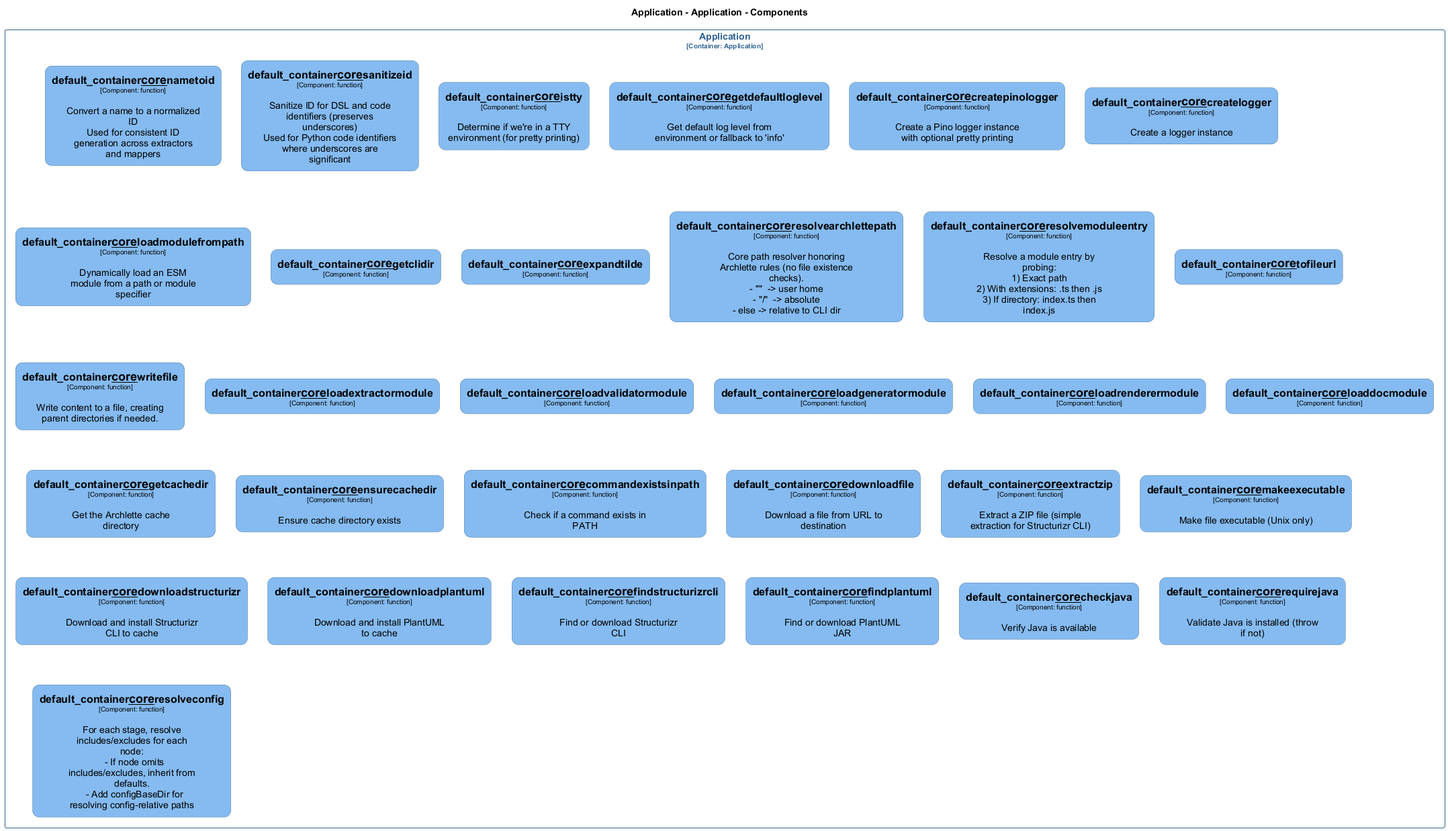
The PlantUML diagram docs/architecture/diagrams/structurizr-Classes_default_container__core.png in chrislyons-dev/archlette, before a commit. Its diagram source:
```plantuml
@startuml
set separator none
title Application - Application - Components

top to bottom direction
skinparam ranksep 60
skinparam nodesep 30

skinparam {
  arrowFontSize 10
  defaultTextAlignment center
  wrapWidth 200
  maxMessageSize 100
  defaultFontName "Arial"
}

hide stereotype

skinparam rectangle<<Application.Application.default_container__core__checkjava>> {
  BackgroundColor #85bbf0
  FontColor #000000
  BorderColor #5d82a8
  roundCorner 20
  shadowing false
}
skinparam rectangle<<Application.Application.default_container__core__commandexistsinpath>> {
  BackgroundColor #85bbf0
  FontColor #000000
  BorderColor #5d82a8
  roundCorner 20
  shadowing false
}
skinparam rectangle<<Application.Application.default_container__core__createlogger>> {
  BackgroundColor #85bbf0
  FontColor #000000
  BorderColor #5d82a8
  roundCorner 20
  shadowing false
}
skinparam rectangle<<Application.Application.default_container__core__createpinologger>> {
  BackgroundColor #85bbf0
  FontColor #000000
  BorderColor #5d82a8
  roundCorner 20
  shadowing false
}
skinparam rectangle<<Application.Application.default_container__core__downloadfile>> {
  BackgroundColor #85bbf0
  FontColor #000000
  BorderColor #5d82a8
  roundCorner 20
  shadowing false
}
skinparam rectangle<<Application.Application.default_container__core__downloadplantuml>> {
  BackgroundColor #85bbf0
  FontColor #000000
  BorderColor #5d82a8
  roundCorner 20
  shadowing false
}
skinparam rectangle<<Application.Application.default_container__core__downloadstructurizr>> {
  BackgroundColor #85bbf0
  FontColor #000000
  BorderColor #5d82a8
  roundCorner 20
  shadowing false
}
skinparam rectangle<<Application.Application.default_container__core__ensurecachedir>> {
  BackgroundColor #85bbf0
  FontColor #000000
  BorderColor #5d82a8
  roundCorner 20
  shadowing false
}
skinparam rectangle<<Application.Application.default_container__core__expandtilde>> {
  BackgroundColor #85bbf0
  FontColor #000000
  BorderColor #5d82a8
  roundCorner 20
  shadowing false
}
skinparam rectangle<<Application.Application.default_container__core__extractzip>> {
  BackgroundColor #85bbf0
  FontColor #000000
  BorderColor #5d82a8
  roundCorner 20
  shadowing false
}
skinparam rectangle<<Application.Application.default_container__core__findplantuml>> {
  BackgroundColor #85bbf0
  FontColor #000000
  BorderColor #5d82a8
  roundCorner 20
  shadowing false
}
skinparam rectangle<<Application.Application.default_container__core__findstructurizrcli>> {
  BackgroundColor #85bbf0
  FontColor #000000
  BorderColor #5d82a8
  roundCorner 20
  shadowing false
}
skinparam rectangle<<Application.Application.default_container__core__getcachedir>> {
  BackgroundColor #85bbf0
  FontColor #000000
  BorderColor #5d82a8
  roundCorner 20
  shadowing false
}
skinparam rectangle<<Application.Application.default_container__core__getclidir>> {
  BackgroundColor #85bbf0
  FontColor #000000
  BorderColor #5d82a8
  roundCorner 20
  shadowing false
}
skinparam rectangle<<Application.Application.default_container__core__getdefaultloglevel>> {
  BackgroundColor #85bbf0
  FontColor #000000
  BorderColor #5d82a8
  roundCorner 20
  shadowing false
}
skinparam rectangle<<Application.Application.default_container__core__istty>> {
  BackgroundColor #85bbf0
  FontColor #000000
  BorderColor #5d82a8
  roundCorner 20
  shadowing false
}
skinparam rectangle<<Application.Application.default_container__core__loaddocmodule>> {
  BackgroundColor #85bbf0
  FontColor #000000
  BorderColor #5d82a8
  roundCorner 20
  shadowing false
}
skinparam rectangle<<Application.Application.default_container__core__loadextractormodule>> {
  BackgroundColor #85bbf0
  FontColor #000000
  BorderColor #5d82a8
  roundCorner 20
  shadowing false
}
skinparam rectangle<<Application.Application.default_container__core__loadgeneratormodule>> {
  BackgroundColor #85bbf0
  FontColor #000000
  BorderColor #5d82a8
  roundCorner 20
  shadowing false
}
skinparam rectangle<<Application.Application.default_container__core__loadmodulefrompath>> {
  BackgroundColor #85bbf0
  FontColor #000000
  BorderColor #5d82a8
  roundCorner 20
  shadowing false
}
skinparam rectangle<<Application.Application.default_container__core__loadrenderermodule>> {
  BackgroundColor #85bbf0
  FontColor #000000
  BorderColor #5d82a8
  roundCorner 20
  shadowing false
}
skinparam rectangle<<Application.Application.default_container__core__loadvalidatormodule>> {
  BackgroundColor #85bbf0
  FontColor #000000
  BorderColor #5d82a8
  roundCorner 20
  shadowing false
}
skinparam rectangle<<Application.Application.default_container__core__makeexecutable>> {
  BackgroundColor #85bbf0
  FontColor #000000
  BorderColor #5d82a8
  roundCorner 20
  shadowing false
}
skinparam rectangle<<Application.Application.default_container__core__nametoid>> {
  BackgroundColor #85bbf0
  FontColor #000000
  BorderColor #5d82a8
  roundCorner 20
  shadowing false
}
skinparam rectangle<<Application.Application.default_container__core__requirejava>> {
  BackgroundColor #85bbf0
  FontColor #000000
  BorderColor #5d82a8
  roundCorner 20
  shadowing false
}
skinparam rectangle<<Application.Application.default_container__core__resolvearchlettepath>> {
  BackgroundColor #85bbf0
  FontColor #000000
  BorderColor #5d82a8
  roundCorner 20
  shadowing false
}
skinparam rectangle<<Application.Application.default_container__core__resolveconfig>> {
  BackgroundColor #85bbf0
  FontColor #000000
  BorderColor #5d82a8
  roundCorner 20
  shadowing false
}
skinparam rectangle<<Application.Application.default_container__core__resolvemoduleentry>> {
  BackgroundColor #85bbf0
  FontColor #000000
  BorderColor #5d82a8
  roundCorner 20
  shadowing false
}
skinparam rectangle<<Application.Application.default_container__core__sanitizeid>> {
  BackgroundColor #85bbf0
  FontColor #000000
  BorderColor #5d82a8
  roundCorner 20
  shadowing false
}
skinparam rectangle<<Application.Application.default_container__core__tofileurl>> {
  BackgroundColor #85bbf0
  FontColor #000000
  BorderColor #5d82a8
  roundCorner 20
  shadowing false
}
skinparam rectangle<<Application.Application.default_container__core__writefile>> {
  BackgroundColor #85bbf0
  FontColor #000000
  BorderColor #5d82a8
  roundCorner 20
  shadowing false
}
skinparam rectangle<<Application.Application>> {
  BorderColor #2e6295
  FontColor #2e6295
  shadowing false
}

rectangle "Application\n<size:10>[Container: Application]</size>" <<Application.Application>> {
  rectangle "==default_container__core__nametoid\n<size:10>[Component: function]</size>\n\nConvert a name to a normalized ID\nUsed for consistent ID generation across extractors and mappers" <<Application.Application.default_container__core__nametoid>> as Application.Application.default_container__core__nametoid
  rectangle "==default_container__core__sanitizeid\n<size:10>[Component: function]</size>\n\nSanitize ID for DSL and code identifiers (preserves underscores)\nUsed for Python code identifiers where underscores are significant" <<Application.Application.default_container__core__sanitizeid>> as Application.Application.default_container__core__sanitizeid
  rectangle "==default_container__core__istty\n<size:10>[Component: function]</size>\n\nDetermine if we're in a TTY environment (for pretty printing)" <<Application.Application.default_container__core__istty>> as Application.Application.default_container__core__istty
  rectangle "==default_container__core__getdefaultloglevel\n<size:10>[Component: function]</size>\n\nGet default log level from environment or fallback to 'info'" <<Application.Application.default_container__core__getdefaultloglevel>> as Application.Application.default_container__core__getdefaultloglevel
  rectangle "==default_container__core__createpinologger\n<size:10>[Component: function]</size>\n\nCreate a Pino logger instance with optional pretty printing" <<Application.Application.default_container__core__createpinologger>> as Application.Application.default_container__core__createpinologger
  rectangle "==default_container__core__createlogger\n<size:10>[Component: function]</size>\n\nCreate a logger instance" <<Application.Application.default_container__core__createlogger>> as Application.Application.default_container__core__createlogger
  rectangle "==default_container__core__loadmodulefrompath\n<size:10>[Component: function]</size>\n\nDynamically load an ESM module from a path or module specifier" <<Application.Application.default_container__core__loadmodulefrompath>> as Application.Application.default_container__core__loadmodulefrompath
  rectangle "==default_container__core__getclidir\n<size:10>[Component: function]</size>" <<Application.Application.default_container__core__getclidir>> as Application.Application.default_container__core__getclidir
  rectangle "==default_container__core__expandtilde\n<size:10>[Component: function]</size>" <<Application.Application.default_container__core__expandtilde>> as Application.Application.default_container__core__expandtilde
  rectangle "==default_container__core__resolvearchlettepath\n<size:10>[Component: function]</size>\n\nCore path resolver honoring Archlette rules (no file existence checks).\n- "~"  -> user home\n- "/"  -> absolute\n- else -> relative to CLI dir" <<Application.Application.default_container__core__resolvearchlettepath>> as Application.Application.default_container__core__resolvearchlettepath
  rectangle "==default_container__core__resolvemoduleentry\n<size:10>[Component: function]</size>\n\nResolve a module entry by probing:\n1) Exact path\n2) With extensions: .ts then .js\n3) If directory: index.ts then index.js" <<Application.Application.default_container__core__resolvemoduleentry>> as Application.Application.default_container__core__resolvemoduleentry
  rectangle "==default_container__core__tofileurl\n<size:10>[Component: function]</size>" <<Application.Application.default_container__core__tofileurl>> as Application.Application.default_container__core__tofileurl
  rectangle "==default_container__core__writefile\n<size:10>[Component: function]</size>\n\nWrite content to a file, creating parent directories if needed." <<Application.Application.default_container__core__writefile>> as Application.Application.default_container__core__writefile
  rectangle "==default_container__core__loadextractormodule\n<size:10>[Component: function]</size>" <<Application.Application.default_container__core__loadextractormodule>> as Application.Application.default_container__core__loadextractormodule
  rectangle "==default_container__core__loadvalidatormodule\n<size:10>[Component: function]</size>" <<Application.Application.default_container__core__loadvalidatormodule>> as Application.Application.default_container__core__loadvalidatormodule
  rectangle "==default_container__core__loadgeneratormodule\n<size:10>[Component: function]</size>" <<Application.Application.default_container__core__loadgeneratormodule>> as Application.Application.default_container__core__loadgeneratormodule
  rectangle "==default_container__core__loadrenderermodule\n<size:10>[Component: function]</size>" <<Application.Application.default_container__core__loadrenderermodule>> as Application.Application.default_container__core__loadrenderermodule
  rectangle "==default_container__core__loaddocmodule\n<size:10>[Component: function]</size>" <<Application.Application.default_container__core__loaddocmodule>> as Application.Application.default_container__core__loaddocmodule
  rectangle "==default_container__core__getcachedir\n<size:10>[Component: function]</size>\n\nGet the Archlette cache directory" <<Application.Application.default_container__core__getcachedir>> as Application.Application.default_container__core__getcachedir
  rectangle "==default_container__core__ensurecachedir\n<size:10>[Component: function]</size>\n\nEnsure cache directory exists" <<Application.Application.default_container__core__ensurecachedir>> as Application.Application.default_container__core__ensurecachedir
  rectangle "==default_container__core__commandexistsinpath\n<size:10>[Component: function]</size>\n\nCheck if a command exists in PATH" <<Application.Application.default_container__core__commandexistsinpath>> as Application.Application.default_container__core__commandexistsinpath
  rectangle "==default_container__core__downloadfile\n<size:10>[Component: function]</size>\n\nDownload a file from URL to destination" <<Application.Application.default_container__core__downloadfile>> as Application.Application.default_container__core__downloadfile
  rectangle "==default_container__core__extractzip\n<size:10>[Component: function]</size>\n\nExtract a ZIP file (simple extraction for Structurizr CLI)" <<Application.Application.default_container__core__extractzip>> as Application.Application.default_container__core__extractzip
  rectangle "==default_container__core__makeexecutable\n<size:10>[Component: function]</size>\n\nMake file executable (Unix only)" <<Application.Application.default_container__core__makeexecutable>> as Application.Application.default_container__core__makeexecutable
  rectangle "==default_container__core__downloadstructurizr\n<size:10>[Component: function]</size>\n\nDownload and install Structurizr CLI to cache" <<Application.Application.default_container__core__downloadstructurizr>> as Application.Application.default_container__core__downloadstructurizr
  rectangle "==default_container__core__downloadplantuml\n<size:10>[Component: function]</size>\n\nDownload and install PlantUML to cache" <<Application.Application.default_container__core__downloadplantuml>> as Application.Application.default_container__core__downloadplantuml
  rectangle "==default_container__core__findstructurizrcli\n<size:10>[Component: function]</size>\n\nFind or download Structurizr CLI" <<Application.Application.default_container__core__findstructurizrcli>> as Application.Application.default_container__core__findstructurizrcli
  rectangle "==default_container__core__findplantuml\n<size:10>[Component: function]</size>\n\nFind or download PlantUML JAR" <<Application.Application.default_container__core__findplantuml>> as Application.Application.default_container__core__findplantuml
  rectangle "==default_container__core__checkjava\n<size:10>[Component: function]</size>\n\nVerify Java is available" <<Application.Application.default_container__core__checkjava>> as Application.Application.default_container__core__checkjava
  rectangle "==default_container__core__requirejava\n<size:10>[Component: function]</size>\n\nValidate Java is installed (throw if not)" <<Application.Application.default_container__core__requirejava>> as Application.Application.default_container__core__requirejava
  rectangle "==default_container__core__resolveconfig\n<size:10>[Component: function]</size>\n\nFor each stage, resolve includes/excludes for each node:\n  - If node omits includes/excludes, inherit from defaults.\n  - Add configBaseDir for resolving config-relative paths" <<Application.Application.default_container__core__resolveconfig>> as Application.Application.default_container__core__resolveconfig
}

@enduml
```
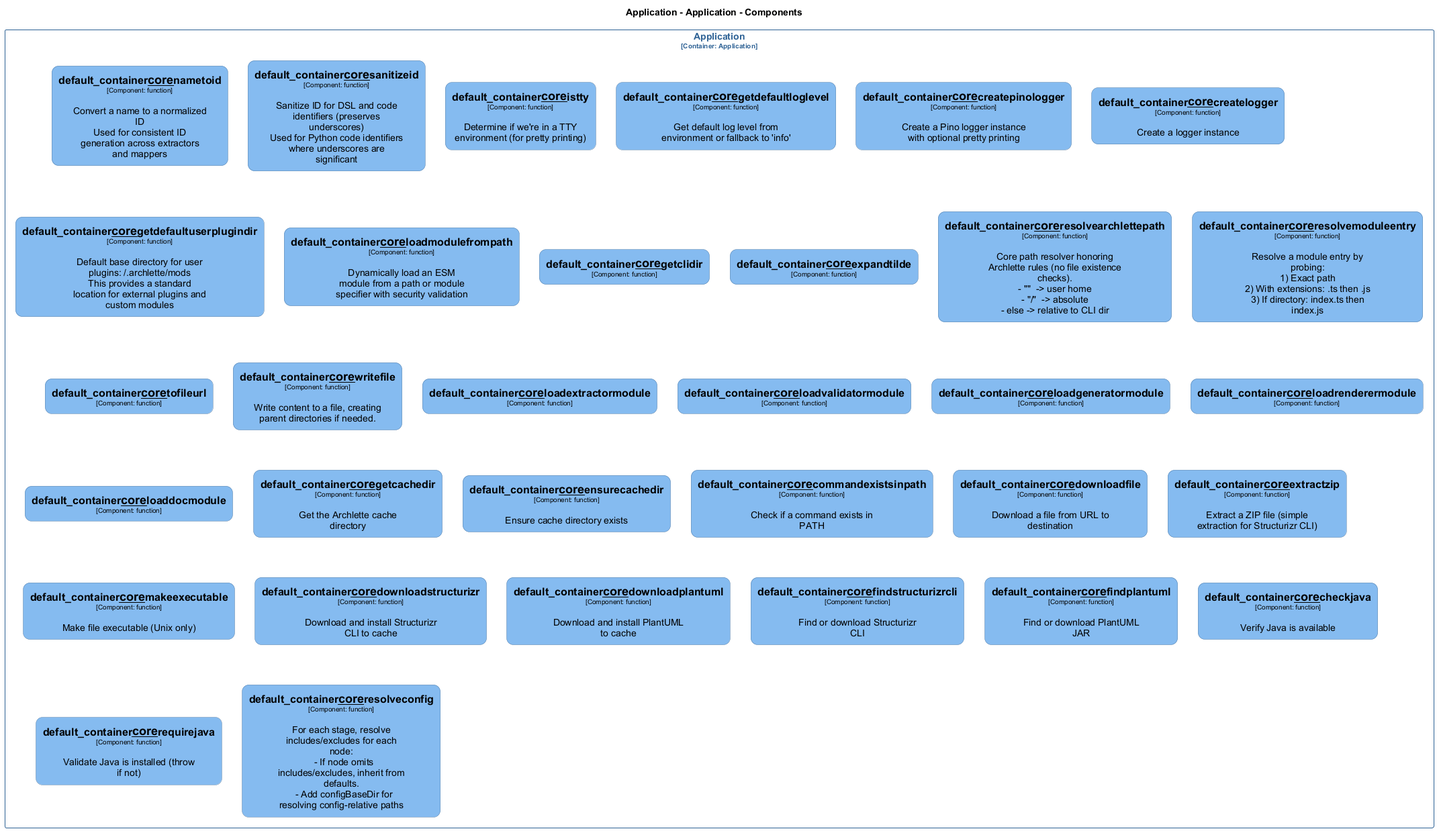
The same file after the commit.

The edit, as a diff of the source:
```diff
@@ -115,6 +115,13 @@
   shadowing false
 }
 skinparam rectangle<<Application.Application.default_container__core__getdefaultloglevel>> {
+  BackgroundColor #85bbf0
+  FontColor #000000
+  BorderColor #5d82a8
+  roundCorner 20
+  shadowing false
+}
+skinparam rectangle<<Application.Application.default_container__core__getdefaultuserplugindir>> {
   BackgroundColor #85bbf0
   FontColor #000000
   BorderColor #5d82a8
@@ -246,7 +253,8 @@
   rectangle "==default_container__core__getdefaultloglevel\n<size:10>[Component: function]</size>\n\nGet default log level from environment or fallback to 'info'" <<Application.Application.default_container__core__getdefaultloglevel>> as Application.Application.default_container__core__getdefaultloglevel
   rectangle "==default_container__core__createpinologger\n<size:10>[Component: function]</size>\n\nCreate a Pino logger instance with optional pretty printing" <<Application.Application.default_container__core__createpinologger>> as Application.Application.default_container__core__createpinologger
   rectangle "==default_container__core__createlogger\n<size:10>[Component: function]</size>\n\nCreate a logger instance" <<Application.Application.default_container__core__createlogger>> as Application.Application.default_container__core__createlogger
-  rectangle "==default_container__core__loadmodulefrompath\n<size:10>[Component: function]</size>\n\nDynamically load an ESM module from a path or module specifier" <<Application.Application.default_container__core__loadmodulefrompath>> as Application.Application.default_container__core__loadmodulefrompath
+  rectangle "==default_container__core__getdefaultuserplugindir\n<size:10>[Component: function]</size>\n\nDefault base directory for user plugins: ~/.archlette/mods\nThis provides a standard location for external plugins and custom modules" <<Application.Application.default_container__core__getdefaultuserplugindir>> as Application.Application.default_container__core__getdefaultuserplugindir
+  rectangle "==default_container__core__loadmodulefrompath\n<size:10>[Component: function]</size>\n\nDynamically load an ESM module from a path or module specifier with security validation" <<Application.Application.default_container__core__loadmodulefrompath>> as Application.Application.default_container__core__loadmodulefrompath
   rectangle "==default_container__core__getclidir\n<size:10>[Component: function]</size>" <<Application.Application.default_container__core__getclidir>> as Application.Application.default_container__core__getclidir
   rectangle "==default_container__core__expandtilde\n<size:10>[Component: function]</size>" <<Application.Application.default_container__core__expandtilde>> as Application.Application.default_container__core__expandtilde
   rectangle "==default_container__core__resolvearchlettepath\n<size:10>[Component: function]</size>\n\nCore path resolver honoring Archlette rules (no file existence checks).\n- "~"  -> user home\n- "/"  -> absolute\n- else -> relative to CLI dir" <<Application.Application.default_container__core__resolvearchlettepath>> as Application.Application.default_container__core__resolvearchlettepath
```
